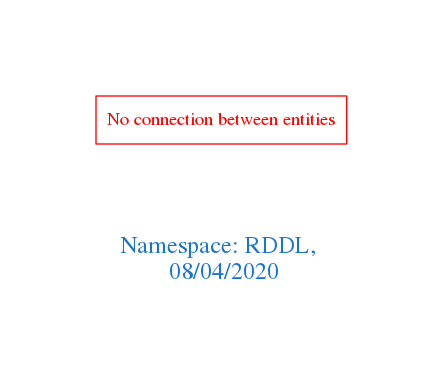
arago/OGIT keeps this Graphviz diagram as downloads/RDDL.png. Above is the earlier version. Its source is kept beside it as downloads/RDDL.dot. Source of this version:
```dot
digraph OGIT_ontology {
 graph [ rankdir= LR,pad=1
fontsize = 18,
fontcolor= dodgerblue3,label = "\n\n\nNamespace: RDDL, \n 08/04/2020"];
node[shape=polygon];
edge [  color="gray81"];

"No connection between entities" [fontcolor = "red",color="red", shape="polygon"]
}
```
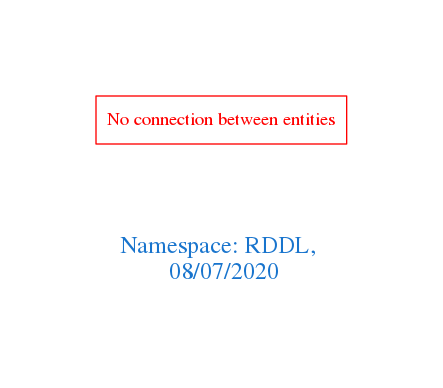
The same diagram one commit later.

What changed in the source:
```diff
@@ -1,7 +1,7 @@
 digraph OGIT_ontology {
  graph [ rankdir= LR,pad=1
 fontsize = 18,
-fontcolor= dodgerblue3,label = "\n\n\nNamespace: RDDL, \n 08/04/2020"];
+fontcolor= dodgerblue3,label = "\n\n\nNamespace: RDDL, \n 08/07/2020"];
 node[shape=polygon];
 edge [  color="gray81"];
 
```
